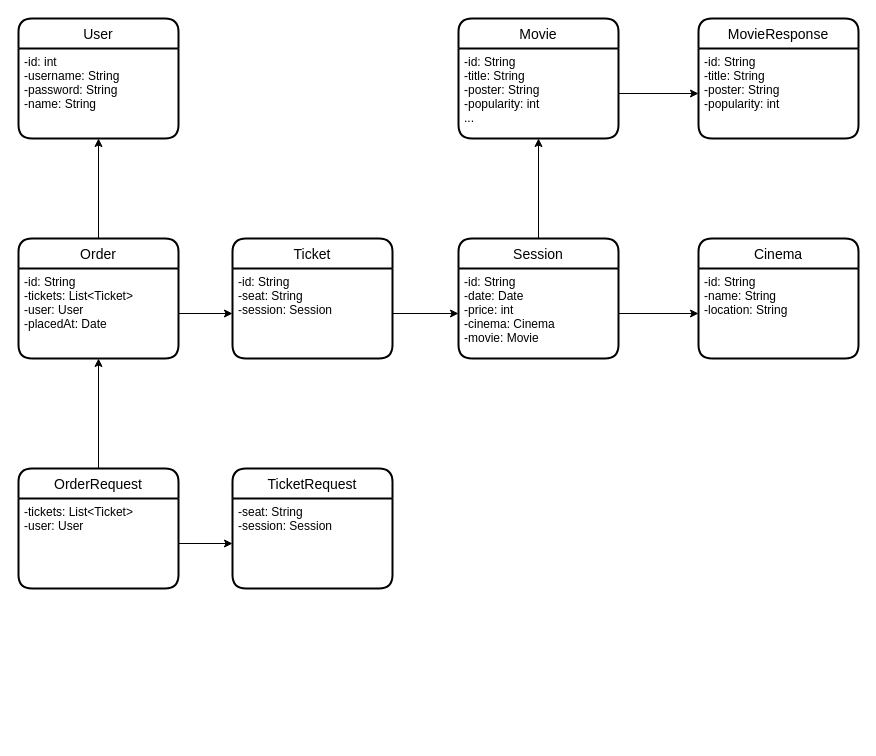
This is Feaven_class.drawio from BennyYuen09/feaven_doc, a draw.io file, before an edit. Source tidied: cells renumbered, new cells numbered last; positions are measured from the earlier drawing's top-left corner, leaving out a move shared by most shapes. Both pictures are drawn from the tidied source at 100%, with x=0, y=0 at pixel (18, 18).
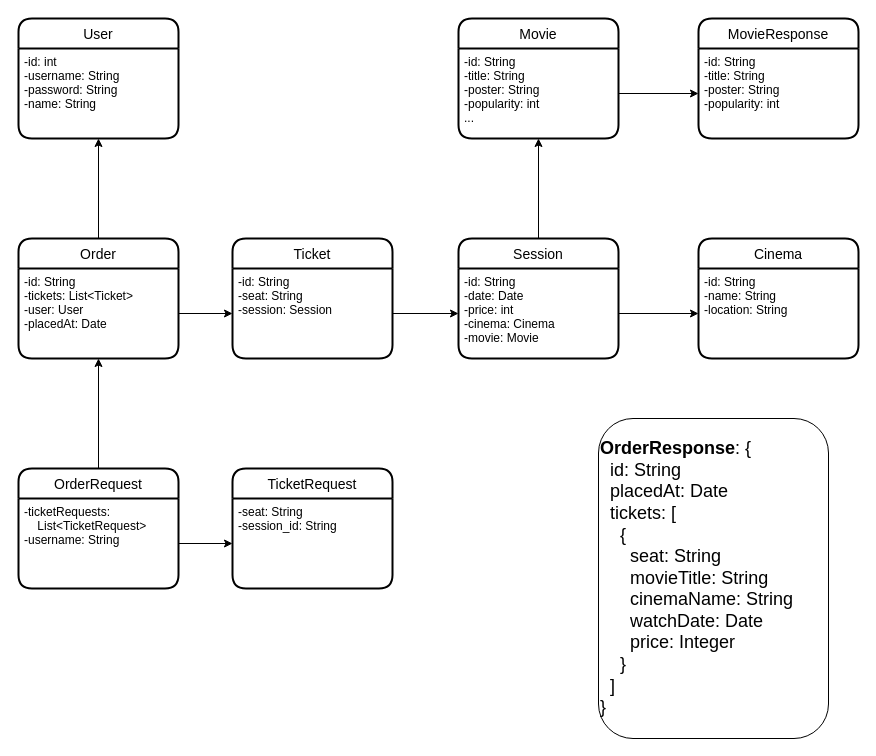
The same page after the edit.

Unchanged cells that the change refers to:
```xml
<mxCell id="23" value="OrderRequest" style="swimlane;horizontal=1;startSize=30;rounded=1;fontSize=14;fontStyle=0;strokeWidth=2;shadow=0;dashed=0;align=center;" parent="1" vertex="1">
  <mxGeometry y="450" width="160" height="120" as="geometry" />
</mxCell>
<mxCell id="25" value="TicketRequest" style="swimlane;horizontal=1;startSize=30;rounded=1;fontSize=14;fontStyle=0;strokeWidth=2;shadow=0;dashed=0;align=center;" parent="1" vertex="1">
  <mxGeometry x="214" y="450" width="160" height="120" as="geometry" />
</mxCell>
```

The edit, as a diff of the source:
```diff
@@
-    <mxCell id="24" value="-tickets: List&lt;Ticket&gt;&#10;-user: User" style="align=left;strokeColor=none;fillColor=none;spacingLeft=4;fontSize=12;verticalAlign=top;" parent="23" vertex="1">
+    <mxCell id="24" value="-ticketRequests: &#10;    List&lt;TicketRequest&gt;&#10;-username: String" style="align=left;strokeColor=none;fillColor=none;spacingLeft=4;fontSize=12;verticalAlign=top;" parent="23" vertex="1">
       <mxGeometry y="30" width="160" height="90" as="geometry" />
     </mxCell>
@@
-    <mxCell id="26" value="-seat: String&#10;-session: Session" style="align=left;strokeColor=none;fillColor=none;spacingLeft=4;fontSize=12;verticalAlign=top;" parent="25" vertex="1">
+    <mxCell id="26" value="-seat: String&#10;-session_id: String" style="align=left;strokeColor=none;fillColor=none;spacingLeft=4;fontSize=12;verticalAlign=top;" parent="25" vertex="1">
       <mxGeometry y="30" width="160" height="90" as="geometry" />
     </mxCell>
@@
+    <mxCell id="28" value="&lt;div style=&quot;font-size: 18px&quot;&gt;&lt;font style=&quot;font-size: 18px&quot;&gt;&lt;b&gt;OrderResponse&lt;/b&gt;: {&lt;/font&gt;&lt;/div&gt;&lt;div style=&quot;font-size: 18px&quot;&gt;&lt;font style=&quot;font-size: 18px&quot;&gt;&amp;nbsp; id: String&lt;/font&gt;&lt;/div&gt;&lt;div style=&quot;font-size: 18px&quot;&gt;&lt;font style=&quot;font-size: 18px&quot;&gt;&amp;nbsp; placedAt: Date&lt;/font&gt;&lt;/div&gt;&lt;div style=&quot;font-size: 18px&quot;&gt;&lt;font style=&quot;font-size: 18px&quot;&gt;&amp;nbsp; tickets: [&lt;/font&gt;&lt;/div&gt;&lt;div style=&quot;font-size: 18px&quot;&gt;&lt;font style=&quot;font-size: 18px&quot;&gt;&amp;nbsp; &amp;nbsp; {&lt;/font&gt;&lt;/div&gt;&lt;div style=&quot;font-size: 18px&quot;&gt;&lt;font style=&quot;font-size: 18px&quot;&gt;&amp;nbsp; &amp;nbsp; &amp;nbsp; seat: String&lt;/font&gt;&lt;/div&gt;&lt;div style=&quot;font-size: 18px&quot;&gt;&lt;font style=&quot;font-size: 18px&quot;&gt;&amp;nbsp; &amp;nbsp; &amp;nbsp; movieTitle: String&lt;/font&gt;&lt;/div&gt;&lt;div style=&quot;font-size: 18px&quot;&gt;&lt;font style=&quot;font-size: 18px&quot;&gt;&amp;nbsp; &amp;nbsp; &amp;nbsp; cinemaName: String&lt;/font&gt;&lt;/div&gt;&lt;div style=&quot;font-size: 18px&quot;&gt;&lt;font style=&quot;font-size: 18px&quot;&gt;&amp;nbsp; &amp;nbsp; &amp;nbsp; watchDate: Date&lt;/font&gt;&lt;/div&gt;&lt;div style=&quot;font-size: 18px&quot;&gt;&lt;font style=&quot;font-size: 18px&quot;&gt;&amp;nbsp; &amp;nbsp; &amp;nbsp; price: Integer&lt;/font&gt;&lt;/div&gt;&lt;div style=&quot;font-size: 18px&quot;&gt;&lt;font style=&quot;font-size: 18px&quot;&gt;&amp;nbsp; &amp;nbsp; }&lt;/font&gt;&lt;/div&gt;&lt;div style=&quot;font-size: 18px&quot;&gt;&lt;font style=&quot;font-size: 18px&quot;&gt;&amp;nbsp; ]&lt;/font&gt;&lt;/div&gt;&lt;div style=&quot;font-size: 18px&quot;&gt;&lt;span&gt;&lt;font style=&quot;font-size: 18px&quot;&gt;}&lt;/font&gt;&lt;/span&gt;&lt;/div&gt;" style="rounded=1;whiteSpace=wrap;html=1;align=left;" parent="1" vertex="1">
+      <mxGeometry x="580" y="400" width="230" height="320" as="geometry" />
+    </mxCell>
```
